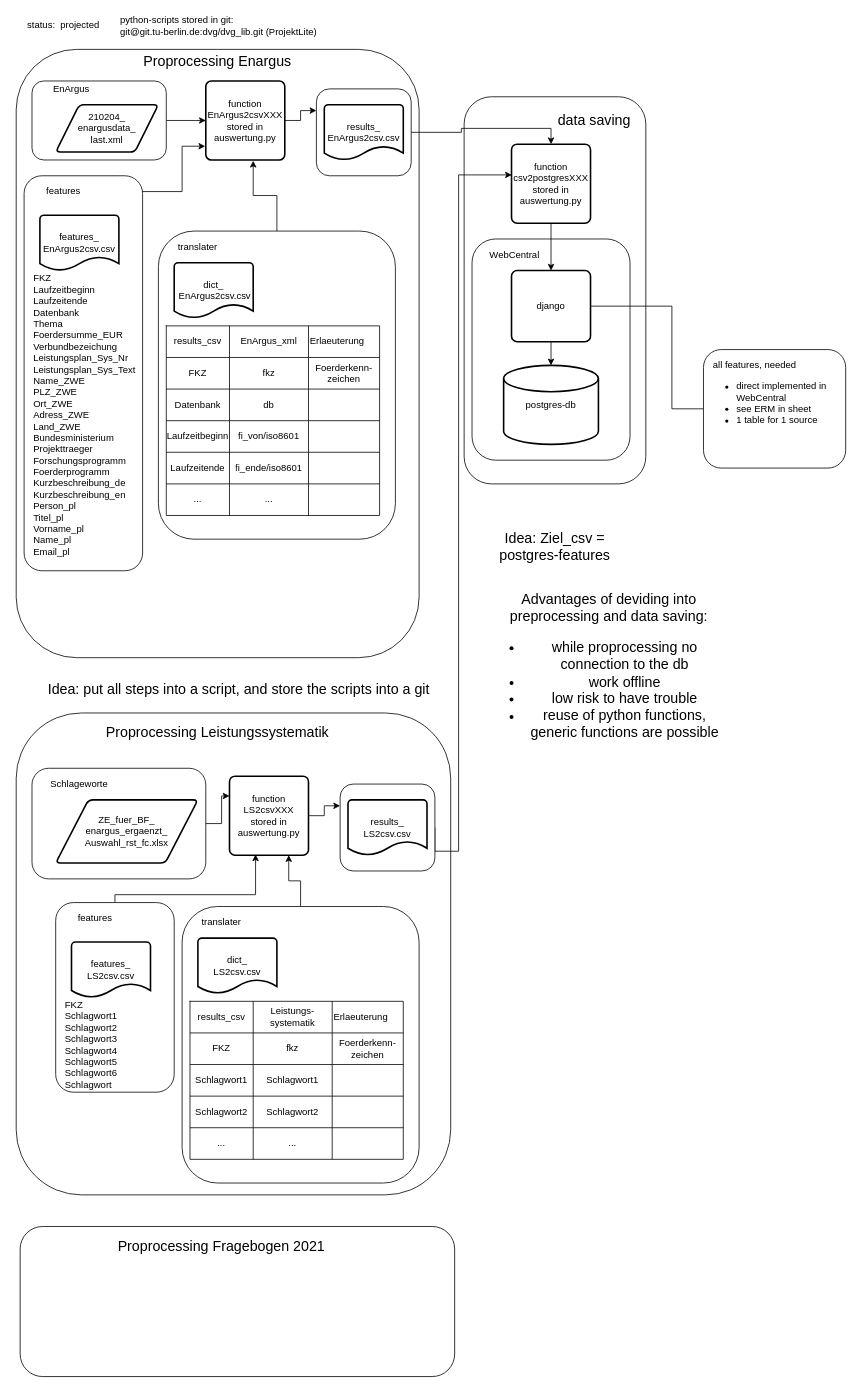
This is page "postgreSQL_projected" (2 of 2) of 02_work_doc/sources2db.drawio from TUB-DVG/wissen-digital-ewb, a draw.io file, before an edit. Source tidied: cells renumbered, new cells numbered last; positions are measured from the earlier drawing's top-left corner, leaving out a move shared by most shapes. Both pictures are drawn from the tidied source at 79%, with x=0, y=0 at pixel (13, 13).
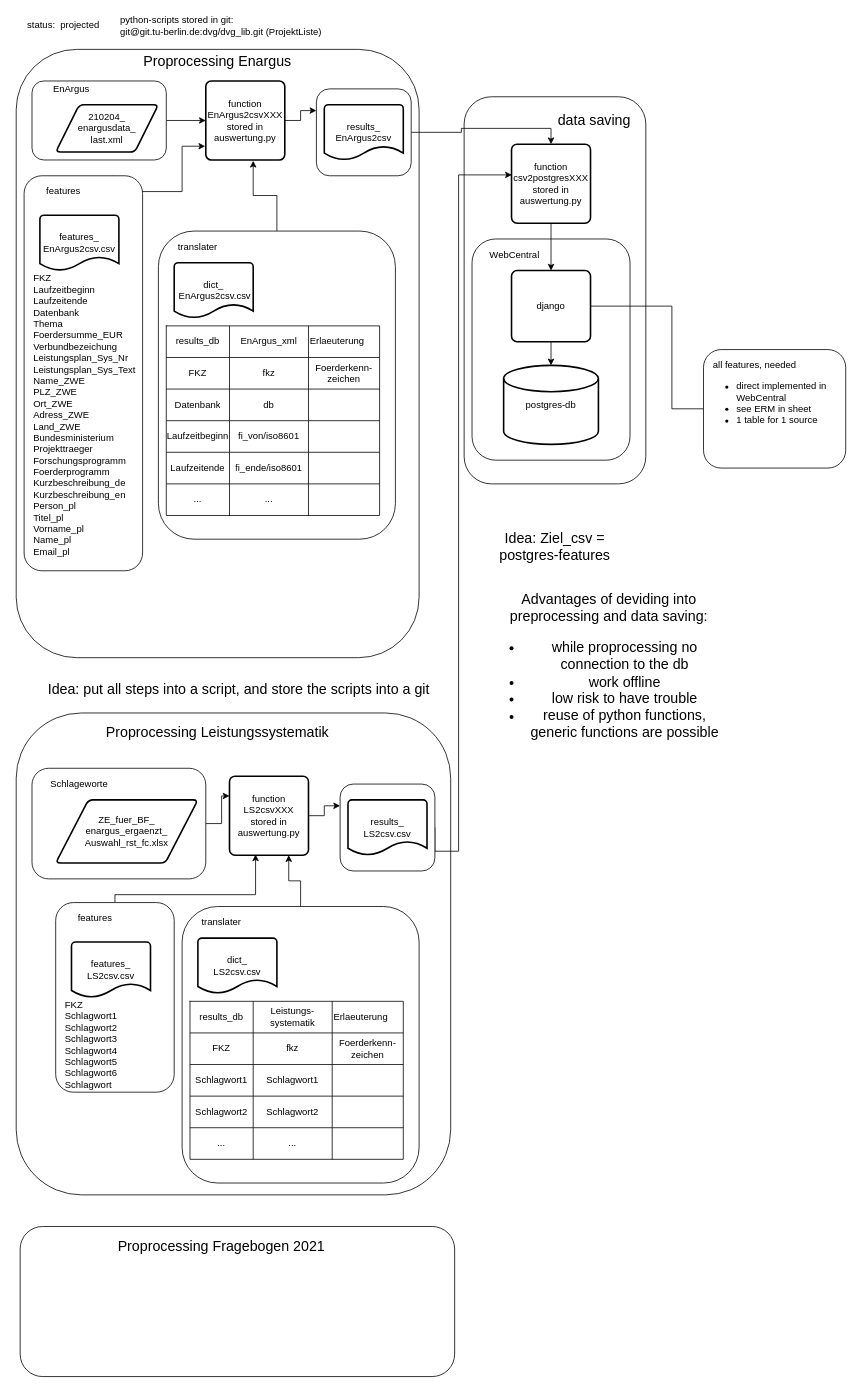
The same page after the edit.

The change refers to these unchanged cells:
```xml
<mxCell id="12" style="shape=partialRectangle;html=1;whiteSpace=wrap;fillColor=none;top=0;left=0;bottom=0;right=0;" parent="11" vertex="1">
  <mxGeometry width="270" height="40" as="geometry" />
</mxCell>
<mxCell id="74" style="shape=partialRectangle;html=1;whiteSpace=wrap;fillColor=none;top=0;left=0;bottom=0;right=0;" parent="73" vertex="1">
  <mxGeometry width="270" height="40" as="geometry" />
</mxCell>
```

What changed in the source:
```diff
@@
-    <mxCell id="13" value="results_csv" style="shape=partialRectangle;html=1;whiteSpace=wrap;overflow=hidden;fillColor=none;top=0;left=0;bottom=0;right=0;" parent="12" vertex="1">
+    <mxCell id="13" value="results_db" style="shape=partialRectangle;html=1;whiteSpace=wrap;overflow=hidden;fillColor=none;top=0;left=0;bottom=0;right=0;" parent="12" vertex="1">
       <mxGeometry width="80" height="40" as="geometry" />
     </mxCell>
@@
-    <mxCell id="50" value="python-scripts stored in git: &lt;br&gt;git@git.tu-berlin.de:dvg/dvg_lib.git (ProjektLite)&amp;nbsp;" style="text;html=1;align=left;verticalAlign=middle;strokeColor=none;" parent="1" vertex="1">
+    <mxCell id="50" value="python-scripts stored in git: &lt;br&gt;git@git.tu-berlin.de:dvg/dvg_lib.git (ProjektListe)&amp;nbsp;" style="text;html=1;align=left;verticalAlign=middle;strokeColor=none;" parent="1" vertex="1">
       <mxGeometry x="133" width="270" height="30" as="geometry" />
     </mxCell>
@@
-    <mxCell id="58" value="&lt;span&gt;results_ EnArgus2csv.csv&lt;/span&gt;" style="strokeWidth=2;html=1;shape=mxgraph.flowchart.document2;whiteSpace=wrap;size=0.25;" parent="1" vertex="1">
+    <mxCell id="58" value="&lt;span&gt;results_ EnArgus2csv&lt;/span&gt;" style="strokeWidth=2;html=1;shape=mxgraph.flowchart.document2;whiteSpace=wrap;size=0.25;" parent="1" vertex="1">
       <mxGeometry x="393" y="115" width="100" height="70" as="geometry" />
     </mxCell>
@@
-    <mxCell id="75" value="results_csv" style="shape=partialRectangle;html=1;whiteSpace=wrap;overflow=hidden;fillColor=none;top=0;left=0;bottom=0;right=0;" parent="74" vertex="1">
+    <mxCell id="75" value="results_db" style="shape=partialRectangle;html=1;whiteSpace=wrap;overflow=hidden;fillColor=none;top=0;left=0;bottom=0;right=0;" parent="74" vertex="1">
       <mxGeometry width="80" height="40" as="geometry" />
     </mxCell>
```
